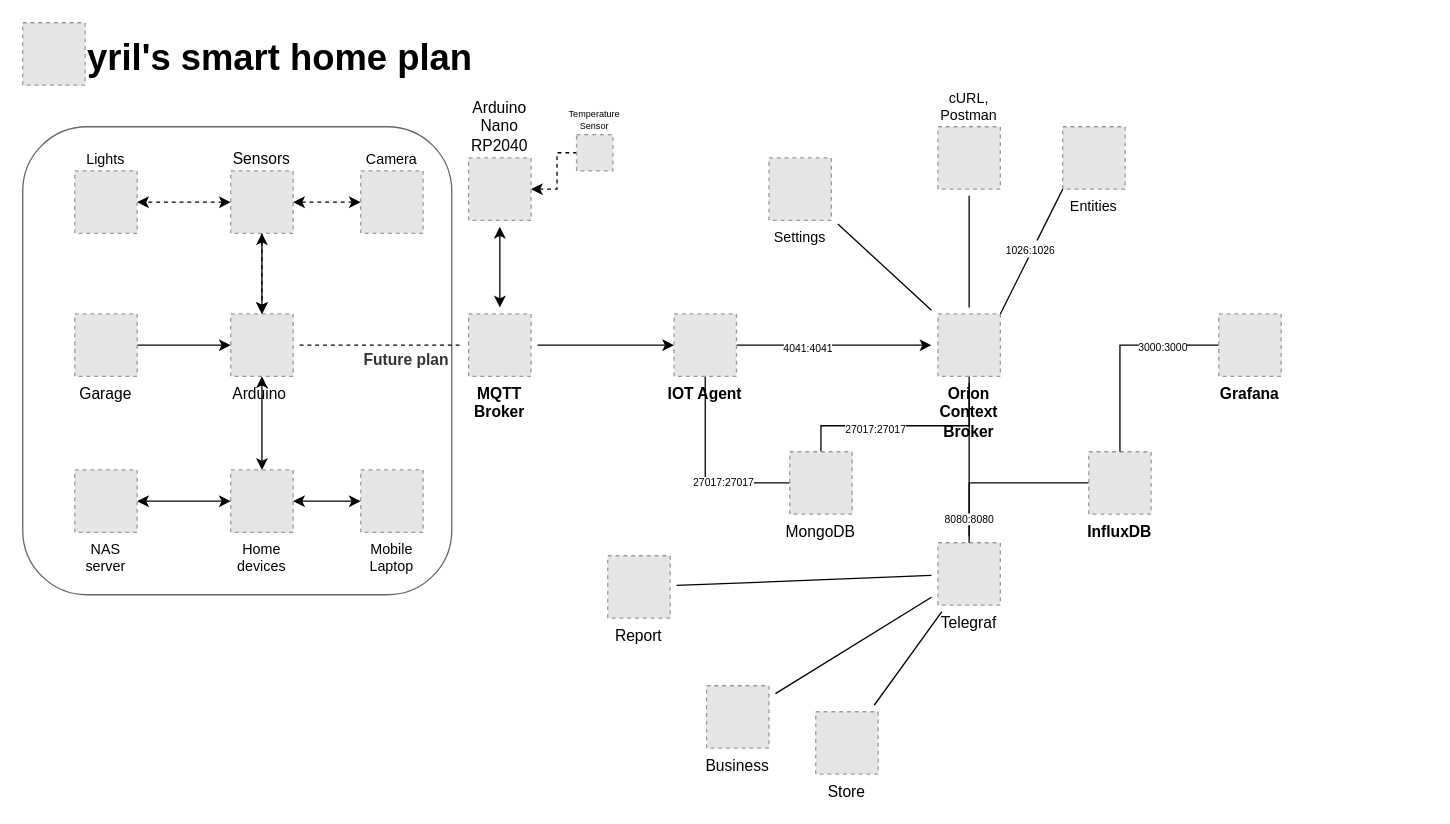
This is content/Smart home plan.drawio from nightguarder/Arduino_Project-IOT, a draw.io file, before an edit. Source tidied: cells renumbered, new cells numbered last; positions are measured from the earlier drawing's top-left corner, leaving out a move shared by most shapes. Both pictures are drawn from the tidied source at 130%, with x=0, y=0 at pixel (22, 22). Pictures stored in the file or linked from it are replaced by grey dashed boxes.
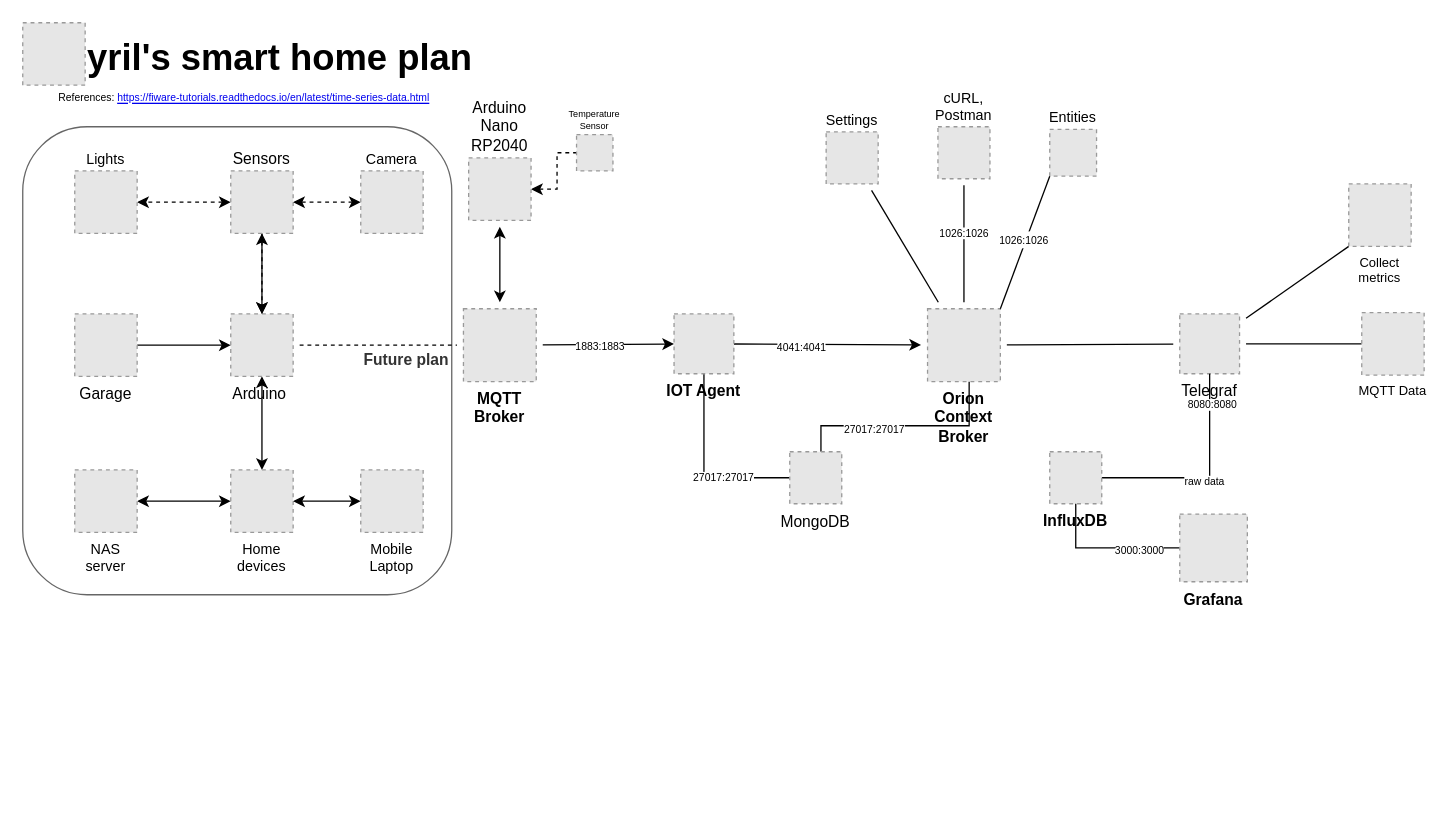
After the change.

Commit message:
Smart home plann v1 is ready.

Unchanged cells that the change refers to:
```xml
<mxCell id="5" style="edgeStyle=none;rounded=0;jettySize=auto;html=1;sourcePerimeterSpacing=5;endArrow=none;endFill=0;targetPerimeterSpacing=5;" parent="1" edge="1" source="24" target="13">
  <mxGeometry relative="1" as="geometry" />
</mxCell>
<mxCell id="45" style="edgeStyle=none;rounded=0;jettySize=auto;html=1;sourcePerimeterSpacing=5;endArrow=classic;endFill=1;" parent="1" edge="1" source="25" target="46">
  <mxGeometry relative="1" as="geometry" />
</mxCell>
<mxCell id="48" style="edgeStyle=orthogonalEdgeStyle;rounded=0;jettySize=auto;html=1;fontSize=12;endArrow=none;endFill=0;" parent="1" edge="1" source="50" target="33">
  <mxGeometry relative="1" as="geometry" />
</mxCell>
```

Change to the diagram source:
```diff
@@
+    <mxCell id="57" value="1026:1026" style="edgeLabel;html=1;align=center;verticalAlign=middle;fontSize=8;" parent="5" vertex="1">
+      <mxGeometry x="0.2" y="1" relative="1" as="geometry" />
+    </mxCell>
@@
-    <mxCell id="10" style="edgeStyle=none;rounded=0;jettySize=auto;html=1;sourcePerimeterSpacing=5;endArrow=none;endFill=0;targetPerimeterSpacing=5;" parent="1" edge="1" source="33" target="18">
+    <mxCell id="10" style="edgeStyle=none;rounded=0;jettySize=auto;html=1;sourcePerimeterSpacing=5;endArrow=none;endFill=0;targetPerimeterSpacing=5;entryX=0;entryY=1;entryDx=0;entryDy=0;" parent="1" edge="1" source="33" target="61">
       <mxGeometry relative="1" as="geometry" />
     </mxCell>
-    <mxCell id="11" style="edgeStyle=none;rounded=0;jettySize=auto;html=1;sourcePerimeterSpacing=5;endArrow=none;endFill=0;targetPerimeterSpacing=5;" parent="1" edge="1" source="33" target="17">
-      <mxGeometry relative="1" as="geometry" />
-    </mxCell>
-    <mxCell id="12" style="edgeStyle=none;rounded=0;jettySize=auto;html=1;sourcePerimeterSpacing=5;endArrow=none;endFill=0;targetPerimeterSpacing=5;" parent="1" edge="1" source="33" target="26">
+    <mxCell id="12" style="edgeStyle=none;rounded=0;jettySize=auto;html=1;sourcePerimeterSpacing=5;endArrow=none;endFill=0;targetPerimeterSpacing=5;entryX=0;entryY=0.5;entryDx=0;entryDy=0;" parent="1" edge="1" source="33" target="62">
       <mxGeometry relative="1" as="geometry" />
     </mxCell>
     <mxCell id="13" value="cURL, Postman" style="fillColor=#E6E6E6;strokeColor=#999999;dashed=1;verticalLabelPosition=top;verticalAlign=bottom;labelBackgroundColor=none;whiteSpace=wrap;labelPosition=center;align=center;fontSize=11;" parent="1" vertex="1">
-      <mxGeometry x="704" y="80" width="48" height="48" as="geometry" />
+      <mxGeometry x="704" y="80" width="40" height="40" as="geometry" />
     </mxCell>
@@
-    <mxCell id="16" value="Settings" style="fillColor=#E6E6E6;strokeColor=#999999;dashed=1;verticalLabelPosition=bottom;verticalAlign=top;labelBackgroundColor=none;fontSize=11;" parent="1" vertex="1">
-      <mxGeometry x="574" y="104" width="48" height="48" as="geometry" />
+    <mxCell id="16" value="Settings" style="fillColor=#E6E6E6;strokeColor=#999999;dashed=1;verticalLabelPosition=top;verticalAlign=bottom;labelBackgroundColor=none;fontSize=11;labelPosition=center;align=center;" parent="1" vertex="1">
+      <mxGeometry x="618" y="84" width="40" height="40" as="geometry" />
     </mxCell>
-    <mxCell id="17" value="Business" style="fillColor=#E6E6E6;strokeColor=#999999;dashed=1;verticalLabelPosition=bottom;verticalAlign=top;labelBackgroundColor=#ffffff;" parent="1" vertex="1">
-      <mxGeometry x="526" y="510" width="48" height="48" as="geometry" />
-    </mxCell>
-    <mxCell id="18" value="Report" style="fillColor=#E6E6E6;strokeColor=#999999;dashed=1;verticalLabelPosition=bottom;verticalAlign=top;labelBackgroundColor=#ffffff;" parent="1" vertex="1">
-      <mxGeometry x="450" y="410" width="48" height="48" as="geometry" />
-    </mxCell>
@@
     <mxCell id="23" value="MongoDB" style="fillColor=#E6E6E6;strokeColor=#999999;dashed=1;verticalLabelPosition=bottom;verticalAlign=top;labelBackgroundColor=none;" parent="1" vertex="1">
-      <mxGeometry x="590" y="330" width="48" height="48" as="geometry" />
+      <mxGeometry x="590" y="330" width="40" height="40" as="geometry" />
     </mxCell>
     <mxCell id="24" value="Orion Context Broker" style="fillColor=#E6E6E6;strokeColor=#999999;dashed=1;verticalLabelPosition=bottom;verticalAlign=top;labelBackgroundColor=none;whiteSpace=wrap;fontStyle=1;" parent="1" vertex="1">
-      <mxGeometry x="704" y="224" width="48" height="48" as="geometry" />
+      <mxGeometry x="696" y="220" width="56" height="56" as="geometry" />
     </mxCell>
     <mxCell id="25" value="MQTT Broker" style="fillColor=#E6E6E6;strokeColor=#999999;dashed=1;verticalLabelPosition=bottom;verticalAlign=top;labelBackgroundColor=none;whiteSpace=wrap;fontStyle=1;" parent="1" vertex="1">
-      <mxGeometry x="343" y="224" width="48" height="48" as="geometry" />
+      <mxGeometry x="339" y="220" width="56" height="56" as="geometry" />
     </mxCell>
-    <mxCell id="26" value="Store" style="fillColor=#E6E6E6;strokeColor=#999999;dashed=1;verticalLabelPosition=bottom;verticalAlign=top;labelBackgroundColor=#ffffff;" parent="1" vertex="1">
-      <mxGeometry x="610" y="530" width="48" height="48" as="geometry" />
-    </mxCell>
@@
     <mxCell id="33" value="Telegraf" style="fillColor=#E6E6E6;strokeColor=#999999;dashed=1;verticalLabelPosition=bottom;verticalAlign=top;labelBackgroundColor=none;" parent="1" vertex="1">
-      <mxGeometry x="704" y="400" width="48" height="48" as="geometry" />
+      <mxGeometry x="890" y="224" width="46" height="46" as="geometry" />
     </mxCell>
@@
+    <mxCell id="58" value="1883:1883" style="edgeLabel;html=1;align=center;verticalAlign=middle;fontSize=8;" parent="45" vertex="1">
+      <mxGeometry x="-0.15" y="-1" relative="1" as="geometry" />
+    </mxCell>
     <mxCell id="46" value="IOT Agent" style="fillColor=#E6E6E6;strokeColor=#999999;dashed=1;verticalLabelPosition=bottom;verticalAlign=top;labelBackgroundColor=none;fontSize=12;html=0;fontStyle=1;" parent="1" vertex="1">
-      <mxGeometry x="501" y="224" width="48" height="48" as="geometry" />
+      <mxGeometry x="501" y="224" width="46" height="46" as="geometry" />
     </mxCell>
@@
+    <mxCell id="59" value="raw data" style="edgeLabel;html=1;align=center;verticalAlign=middle;fontSize=8;" parent="48" vertex="1">
+      <mxGeometry x="-0.04" y="-2" relative="1" as="geometry" />
+    </mxCell>
     <mxCell id="50" value="InfluxDB" style="fillColor=#E6E6E6;strokeColor=#999999;dashed=1;verticalLabelPosition=bottom;verticalAlign=top;fontSize=12;html=0;whiteSpace=wrap;labelBackgroundColor=none;fontStyle=1;" parent="1" vertex="1">
-      <mxGeometry x="820" y="330" width="48" height="48" as="geometry" />
+      <mxGeometry x="790" y="330" width="40" height="40" as="geometry" />
     </mxCell>
@@
     <mxCell id="53" value="Grafana" style="fillColor=#E6E6E6;strokeColor=#999999;dashed=1;verticalLabelPosition=bottom;verticalAlign=top;labelBackgroundColor=none;fontSize=12;fontStyle=1;" parent="1" vertex="1">
-      <mxGeometry x="920" y="224" width="48" height="48" as="geometry" />
+      <mxGeometry x="890" y="378" width="52" height="52" as="geometry" />
     </mxCell>
-    <mxCell id="54" value="Entities" style="fillColor=#E6E6E6;strokeColor=#999999;dashed=1;verticalLabelPosition=bottom;verticalAlign=top;fontSize=11;" parent="1" vertex="1">
-      <mxGeometry x="800" y="80" width="48" height="48" as="geometry" />
+    <mxCell id="54" value="Entities" style="fillColor=#E6E6E6;strokeColor=#999999;dashed=1;verticalLabelPosition=top;verticalAlign=bottom;fontSize=11;labelPosition=center;align=center;" parent="1" vertex="1">
+      <mxGeometry x="790" y="82" width="36" height="36" as="geometry" />
     </mxCell>
@@
+    <mxCell id="60" value="References:&amp;nbsp;&lt;a href=&quot;https://fiware-tutorials.readthedocs.io/en/latest/time-series-data.html#grafana&quot;&gt;https://fiware-tutorials.readthedocs.io/en/latest/time-series-data.html&lt;/a&gt;" style="text;html=1;align=center;verticalAlign=middle;strokeColor=none;fillColor=none;fontSize=8;" parent="1" vertex="1">
+      <mxGeometry x="15" y="48" width="310" height="20" as="geometry" />
+    </mxCell>
+    <mxCell id="61" value="Collect metrics" style="fillColor=#E6E6E6;strokeColor=#999999;dashed=1;verticalLabelPosition=bottom;verticalAlign=top;labelBackgroundColor=none;fontSize=10;whiteSpace=wrap;" parent="1" vertex="1">
+      <mxGeometry x="1020" y="124" width="48" height="48" as="geometry" />
+    </mxCell>
+    <mxCell id="62" value="MQTT Data" style="fillColor=#E6E6E6;strokeColor=#999999;dashed=1;verticalLabelPosition=bottom;verticalAlign=top;labelBackgroundColor=none;fontSize=10;" parent="1" vertex="1">
+      <mxGeometry x="1030" y="223" width="48" height="48" as="geometry" />
+    </mxCell>
```
